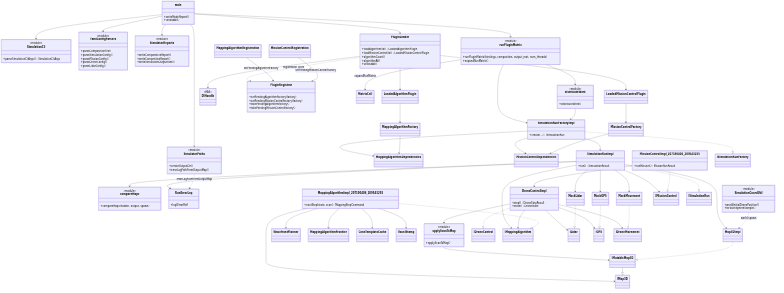
Above: docs/hld/class-overview.png in Sagi154/Drone-Mapper-ex3 (Mermaid), before the change. Its source is kept beside it as docs/hld/class-overview.mmd.
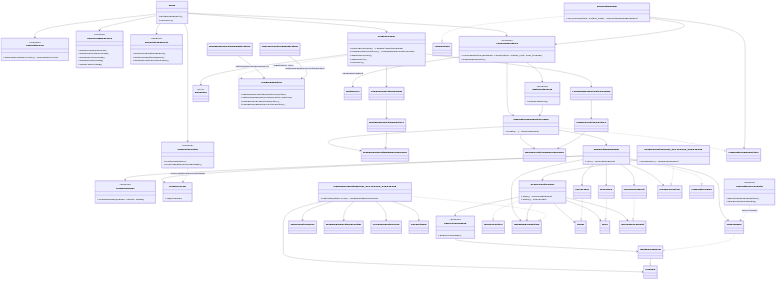
After the change.

Commit message:
docs: document SimulationImpl and drop known-issues row 12

Change to the diagram source:
```diff
@@ -106,6 +106,11 @@
       +run() SimulationResult
     }
 
+    class SimulationImpl {
+      +run(composition, output_path) SimulationManagerReport
+    }
+    class ISimulation
+
     class Map3DImpl
     class MockGPS
     class MockLidar
@@ -158,6 +163,9 @@
     SimulationRunImpl --> RunErrorLog
     SimulationRunImpl --> IMissionControl
     SimulationRunImpl --> IMappingAlgorithm
+    SimulationImpl ..|> ISimulation
+    SimulationImpl --> runPluginMatrix
+    SimulationImpl --> ISimulationRunFactory
     PluginLoader --> DlHandle
     PluginLoader --> LoadedAlgorithmPlugin
     PluginLoader --> LoadedMissionControlPlugin
```
